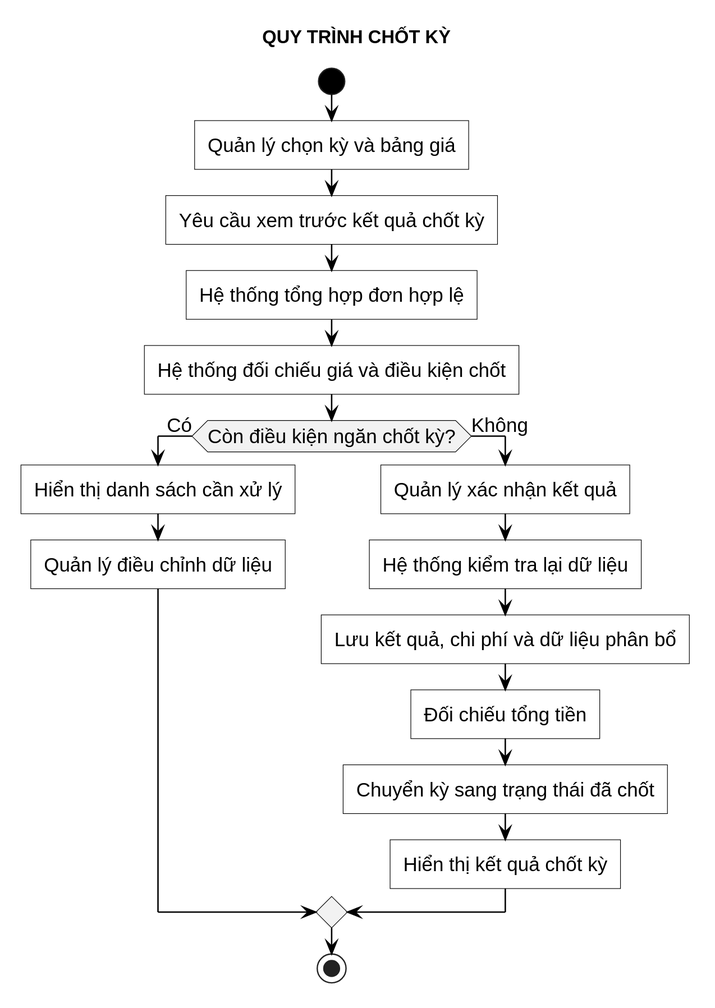
Miikey24s/gtas_vpp keeps this PlantUML diagram as LVTN/diagrams/ch03/activity-settle-period.svg. Above is the earlier version.
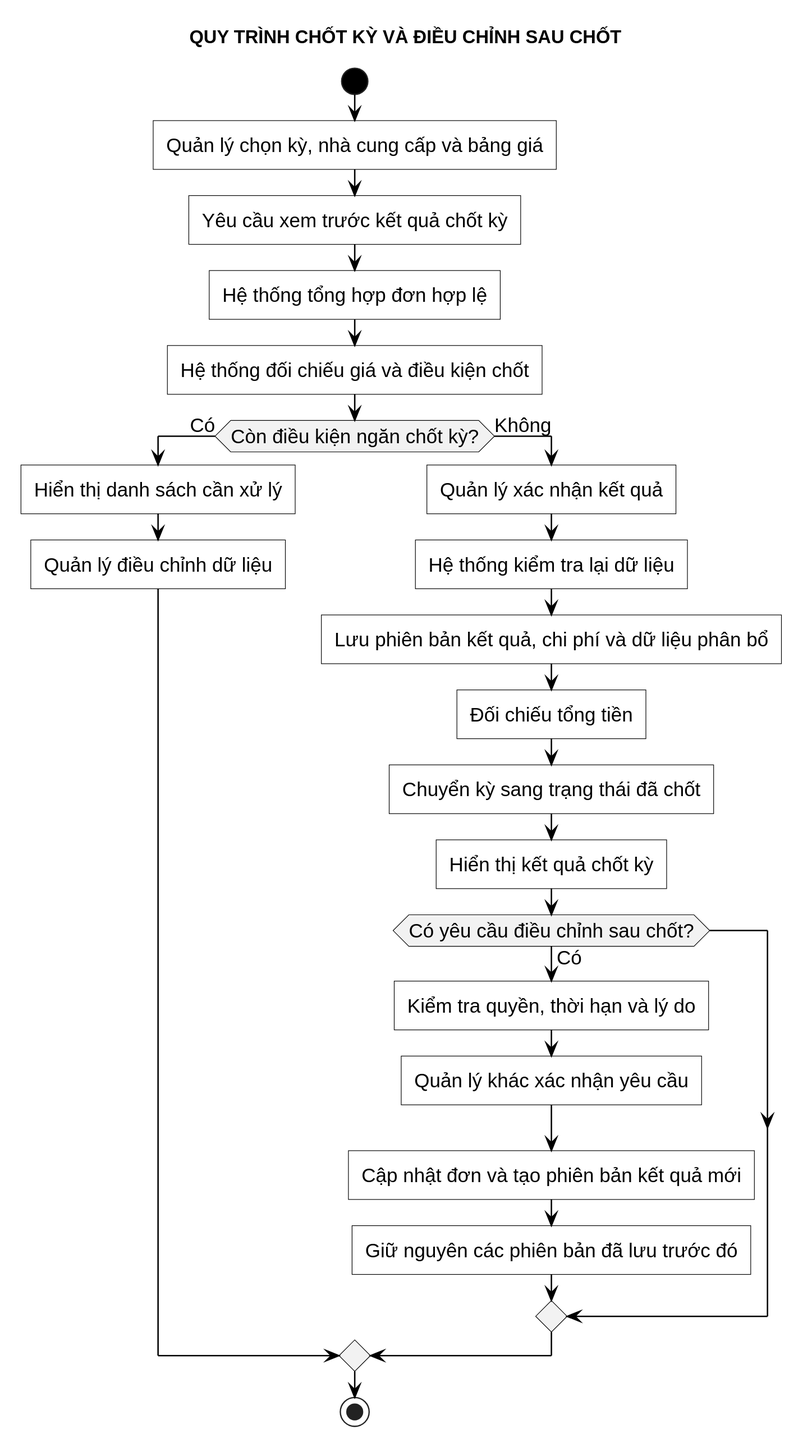
Above is the later version.

What changed in the source:
```diff
@@ -1,9 +1,9 @@
 @startuml
 !include ../common/activity-style.puml
-title QUY TRÌNH CHỐT KỲ
+title QUY TRÌNH CHỐT KỲ VÀ ĐIỀU CHỈNH SAU CHỐT
 
 start
-:Quản lý chọn kỳ và bảng giá;
+:Quản lý chọn kỳ, nhà cung cấp và bảng giá;
 :Yêu cầu xem trước kết quả chốt kỳ;
 :Hệ thống tổng hợp đơn hợp lệ;
 :Hệ thống đối chiếu giá và điều kiện chốt;
@@ -13,10 +13,16 @@
 else (Không)
   :Quản lý xác nhận kết quả;
   :Hệ thống kiểm tra lại dữ liệu;
-  :Lưu kết quả, chi phí và dữ liệu phân bổ;
+  :Lưu phiên bản kết quả, chi phí và dữ liệu phân bổ;
   :Đối chiếu tổng tiền;
   :Chuyển kỳ sang trạng thái đã chốt;
   :Hiển thị kết quả chốt kỳ;
+  if (Có yêu cầu điều chỉnh sau chốt?) then (Có)
+    :Kiểm tra quyền, thời hạn và lý do;
+    :Quản lý khác xác nhận yêu cầu;
+    :Cập nhật đơn và tạo phiên bản kết quả mới;
+    :Giữ nguyên các phiên bản đã lưu trước đó;
+  endif
 endif
 stop
 @enduml
```
